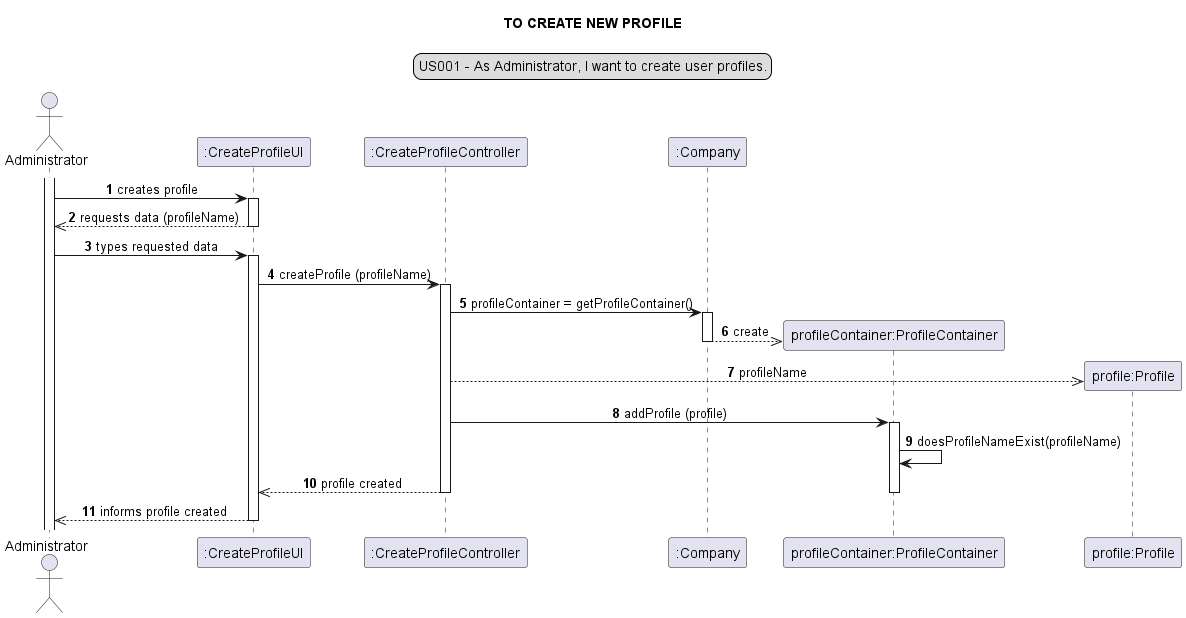
Before: docs/modelling_design/user_stories/us001/US001_sequenceDiagram.png, a diagram exported from PlantUML (Loracline/project_switch_22-23).
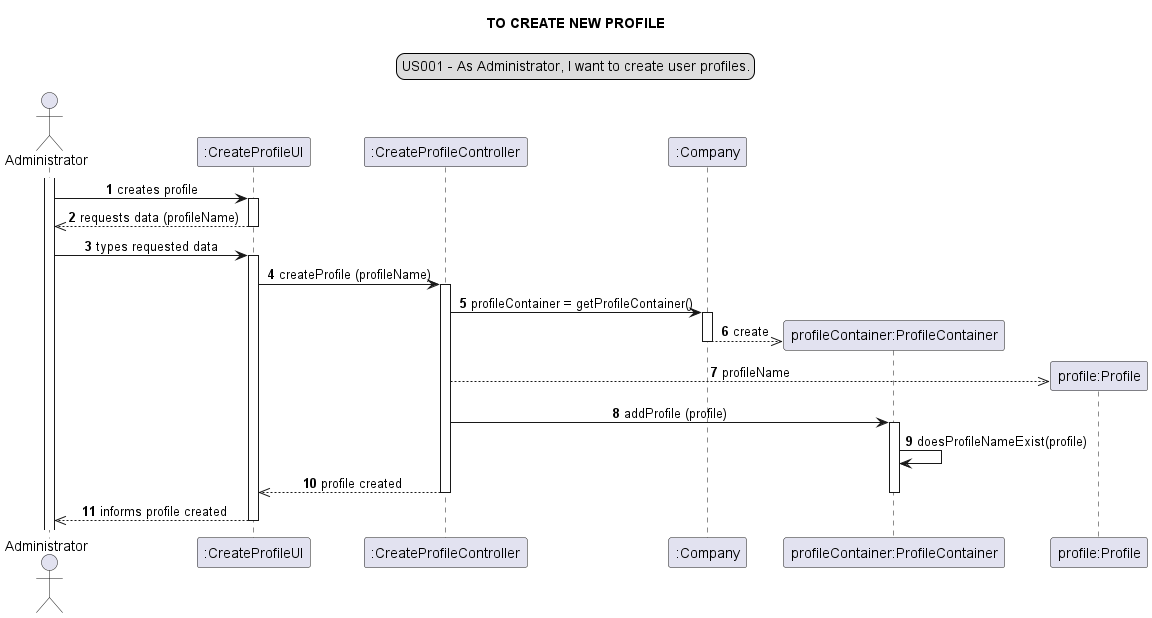
Later version of the same file.

Commit message:
UC Diagram | SD 001/002 | status predefined as "Active" and not passed by parameter | refinement (naming)

The edit, as a diff of the source:
```diff
@@ -31,7 +31,7 @@
 deactivate Profile
 cpc -> ProfileContainer: addProfile (profile)
 activate ProfileContainer
-ProfileContainer -> ProfileContainer: doesProfileNameExist(profileName)
+ProfileContainer -> ProfileContainer: doesProfileNameExist(profile)
 cpc -->> cpu: profile created
 deactivate ProfileContainer
 deactivate cpc
```
